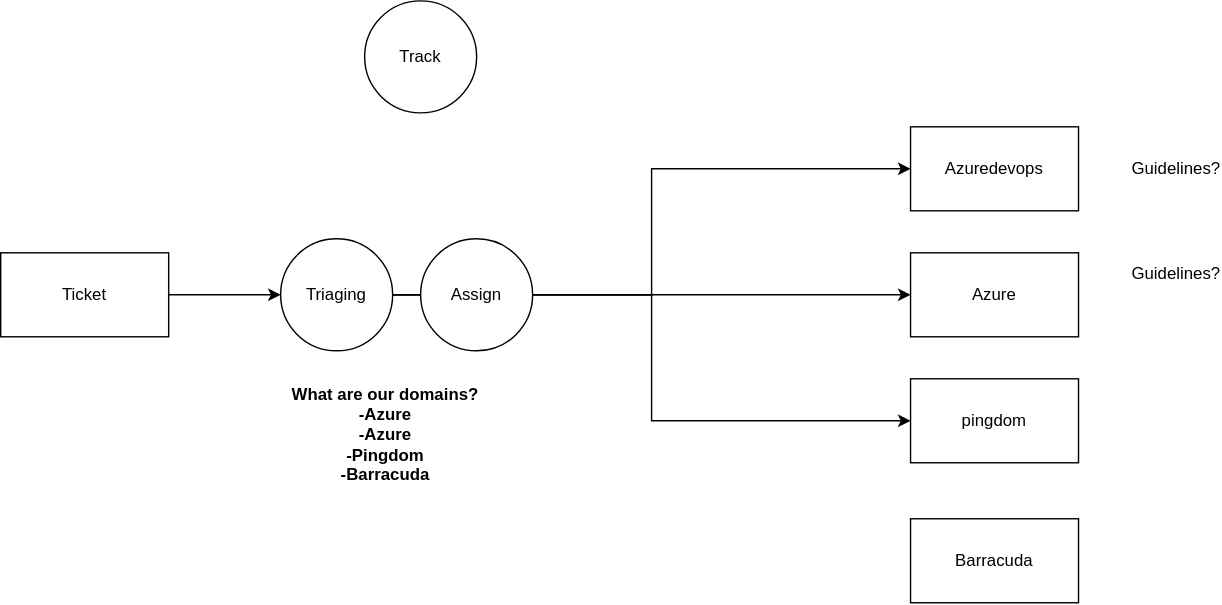
Before: tickethandlingprocess.svg, a diagram exported from draw.io (vjavle/invoicecloud). Source tidied: cells renumbered, new cells last; positions are measured from the earlier drawing's top-left corner, leaving out a move shared by most shapes. The source it was exported from:
```xml
<mxGraphModel>
  <root>
    <mxCell id="0" />
    <mxCell id="1" parent="0" />
    <mxCell id="2" style="edgeStyle=orthogonalEdgeStyle;rounded=0;jettySize=auto;html=1;" parent="1" edge="1" source="3" target="7">
      <mxGeometry relative="1" as="geometry" />
    </mxCell>
    <mxCell id="3" value="Ticket" style="rounded=0;whiteSpace=wrap;html=1;" parent="1" vertex="1">
      <mxGeometry y="180" width="120" height="60" as="geometry" />
    </mxCell>
    <mxCell id="4" style="edgeStyle=orthogonalEdgeStyle;rounded=0;jettySize=auto;html=1;entryX=0;entryY=0.5;entryDx=0;entryDy=0;" parent="1" edge="1" source="7" target="8">
      <mxGeometry relative="1" as="geometry" />
    </mxCell>
    <mxCell id="5" style="edgeStyle=orthogonalEdgeStyle;rounded=0;jettySize=auto;html=1;" parent="1" edge="1" source="7" target="9">
      <mxGeometry relative="1" as="geometry" />
    </mxCell>
    <mxCell id="6" style="edgeStyle=orthogonalEdgeStyle;rounded=0;jettySize=auto;html=1;entryX=0;entryY=0.5;entryDx=0;entryDy=0;" parent="1" edge="1" source="7" target="10">
      <mxGeometry relative="1" as="geometry" />
    </mxCell>
    <mxCell id="7" value="Triaging" style="ellipse;whiteSpace=wrap;html=1;" parent="1" vertex="1">
      <mxGeometry x="200" y="170" width="80" height="80" as="geometry" />
    </mxCell>
    <mxCell id="8" value="Azuredevops" style="rounded=0;whiteSpace=wrap;html=1;" parent="1" vertex="1">
      <mxGeometry x="650" y="90" width="120" height="60" as="geometry" />
    </mxCell>
    <mxCell id="9" value="Azure" style="rounded=0;whiteSpace=wrap;html=1;" parent="1" vertex="1">
      <mxGeometry x="650" y="180" width="120" height="60" as="geometry" />
    </mxCell>
    <mxCell id="10" value="pingdom" style="rounded=0;whiteSpace=wrap;html=1;" parent="1" vertex="1">
      <mxGeometry x="650" y="270" width="120" height="60" as="geometry" />
    </mxCell>
    <mxCell id="11" value="Barracuda" style="rounded=0;whiteSpace=wrap;html=1;" parent="1" vertex="1">
      <mxGeometry x="650" y="370" width="120" height="60" as="geometry" />
    </mxCell>
    <mxCell id="12" value="Guidelines?" style="text;html=1;strokeColor=none;fillColor=none;align=center;verticalAlign=middle;whiteSpace=wrap;rounded=0;" parent="1" vertex="1">
      <mxGeometry x="810" y="180" width="60" height="30" as="geometry" />
    </mxCell>
    <mxCell id="13" value="What are our domains?&lt;br&gt;-Azure&lt;br&gt;-Azure&lt;br&gt;-Pingdom&lt;br&gt;-Barracuda" style="text;html=1;strokeColor=none;fillColor=none;align=center;verticalAlign=middle;whiteSpace=wrap;rounded=0;fontStyle=1;" parent="1" vertex="1">
      <mxGeometry x="140" y="260" width="270" height="100" as="geometry" />
    </mxCell>
    <mxCell id="14" value="Assign" style="ellipse;whiteSpace=wrap;html=1;" parent="1" vertex="1">
      <mxGeometry x="300" y="170" width="80" height="80" as="geometry" />
    </mxCell>
    <mxCell id="15" value="Track" style="ellipse;whiteSpace=wrap;html=1;" parent="1" vertex="1">
      <mxGeometry x="260" width="80" height="80" as="geometry" />
    </mxCell>
    <mxCell id="16" value="Guidelines?" style="text;html=1;strokeColor=none;fillColor=none;align=center;verticalAlign=middle;whiteSpace=wrap;rounded=0;" parent="1" vertex="1">
      <mxGeometry x="810" y="105" width="60" height="30" as="geometry" />
    </mxCell>
  </root>
</mxGraphModel>
```
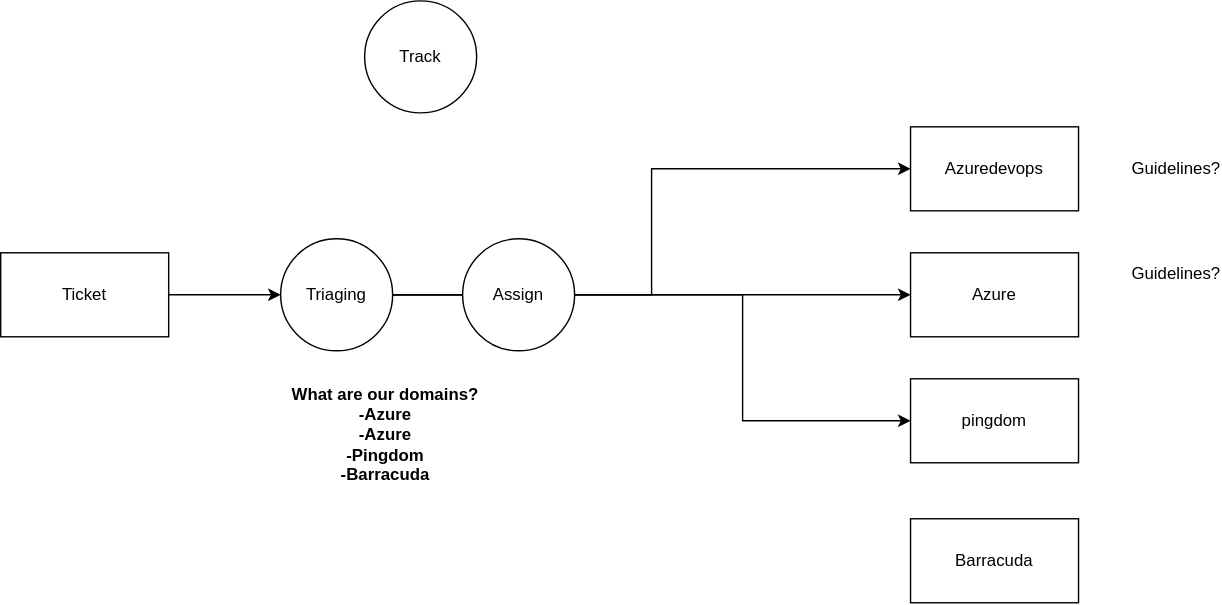
Later version of the same file.

What changed in the source:
```diff
@@ -14,7 +14,7 @@
     <mxCell id="5" style="edgeStyle=orthogonalEdgeStyle;rounded=0;jettySize=auto;html=1;" parent="1" edge="1" source="7" target="9">
       <mxGeometry relative="1" as="geometry" />
     </mxCell>
-    <mxCell id="6" style="edgeStyle=orthogonalEdgeStyle;rounded=0;jettySize=auto;html=1;entryX=0;entryY=0.5;entryDx=0;entryDy=0;" parent="1" edge="1" source="7" target="10">
+    <mxCell id="6" style="edgeStyle=orthogonalEdgeStyle;rounded=0;jettySize=auto;html=1;entryX=0;entryY=0.5;entryDx=0;entryDy=0;startArrow=none;" parent="1" edge="1" source="14" target="10">
       <mxGeometry relative="1" as="geometry" />
     </mxCell>
     <mxCell id="7" value="Triaging" style="ellipse;whiteSpace=wrap;html=1;" parent="1" vertex="1">
@@ -38,14 +38,17 @@
     <mxCell id="13" value="What are our domains?&lt;br&gt;-Azure&lt;br&gt;-Azure&lt;br&gt;-Pingdom&lt;br&gt;-Barracuda" style="text;html=1;strokeColor=none;fillColor=none;align=center;verticalAlign=middle;whiteSpace=wrap;rounded=0;fontStyle=1;" parent="1" vertex="1">
       <mxGeometry x="140" y="260" width="270" height="100" as="geometry" />
     </mxCell>
-    <mxCell id="14" value="Assign" style="ellipse;whiteSpace=wrap;html=1;" parent="1" vertex="1">
-      <mxGeometry x="300" y="170" width="80" height="80" as="geometry" />
-    </mxCell>
     <mxCell id="15" value="Track" style="ellipse;whiteSpace=wrap;html=1;" parent="1" vertex="1">
       <mxGeometry x="260" width="80" height="80" as="geometry" />
     </mxCell>
     <mxCell id="16" value="Guidelines?" style="text;html=1;strokeColor=none;fillColor=none;align=center;verticalAlign=middle;whiteSpace=wrap;rounded=0;" parent="1" vertex="1">
       <mxGeometry x="810" y="105" width="60" height="30" as="geometry" />
     </mxCell>
+    <mxCell id="14" value="Assign" style="ellipse;whiteSpace=wrap;html=1;" parent="1" vertex="1">
+      <mxGeometry x="330" y="170" width="80" height="80" as="geometry" />
+    </mxCell>
+    <mxCell id="17" style="edgeStyle=orthogonalEdgeStyle;rounded=0;jettySize=auto;html=1;entryX=0;entryY=0.5;entryDx=0;entryDy=0;endArrow=none;" parent="1" edge="1" source="7" target="14">
+      <mxGeometry relative="1" as="geometry" />
+    </mxCell>
   </root>
 </mxGraphModel>
```
